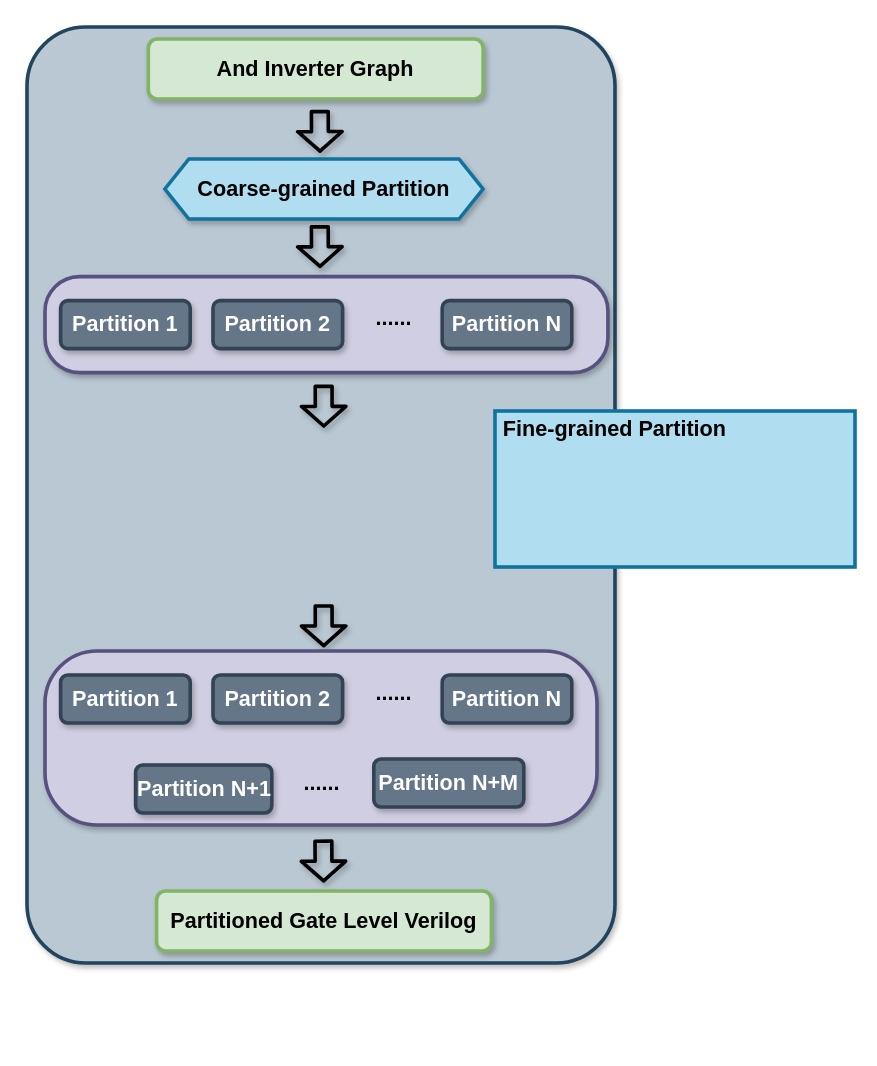
Above: PartitionFlow.drawio in kxzhu0505/LogicSynOpt (draw.io), before the change. Source tidied: cells renumbered, new cells numbered last; positions are measured from the earlier drawing's top-left corner, leaving out a move shared by most shapes. Both pictures are drawn from the tidied source at 120%, with x=0, y=0 at pixel (26, 26).
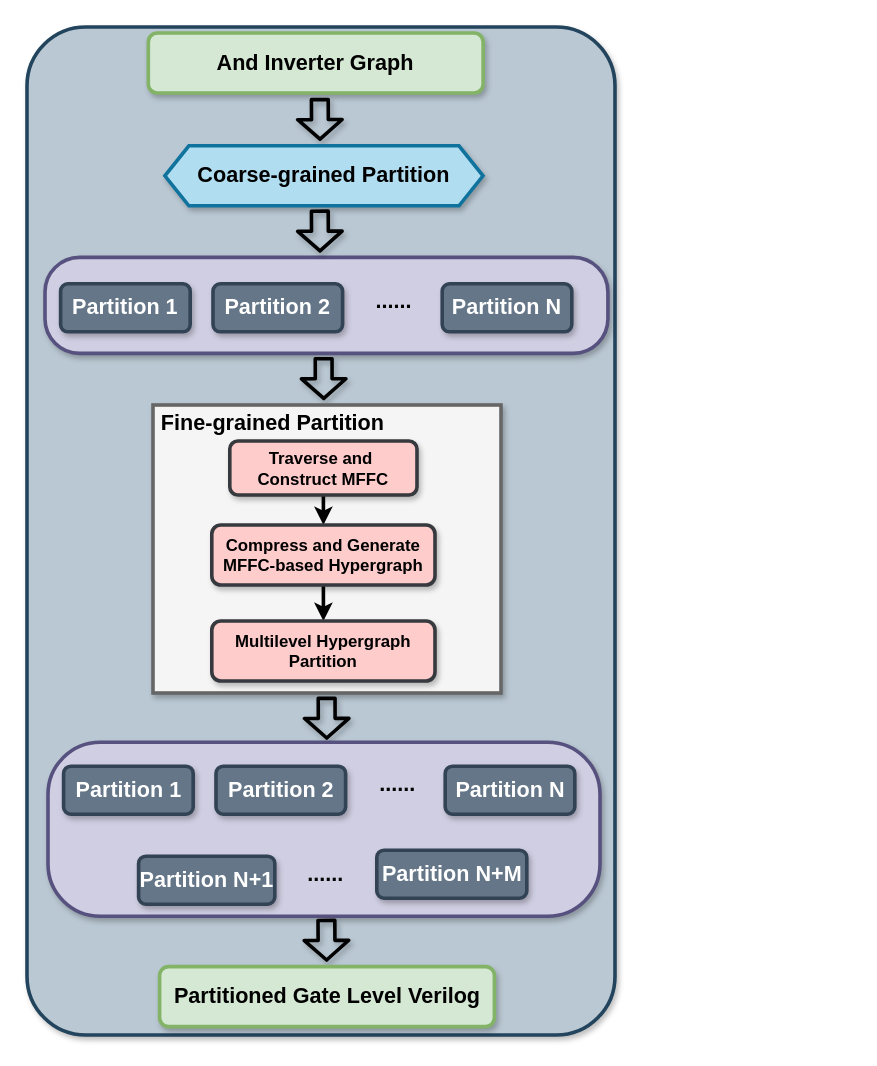
The same diagram, later.

Diff of the diagram source:
```diff
@@
     <mxCell id="2" style="rounded=1;whiteSpace=wrap;html=1;glass=0;shadow=1;strokeWidth=3;fontSize=18;fillColor=#bac8d3;strokeColor=#23445d;arcSize=10;" parent="1" vertex="1">
-      <mxGeometry width="490" height="780" as="geometry" />
+      <mxGeometry width="490" height="840" as="geometry" />
     </mxCell>
@@
     <mxCell id="4" value="&lt;font face=&quot;Helvetica&quot; style=&quot;font-size: 18px;&quot;&gt;&lt;span style=&quot;font-size: 18px;&quot;&gt;And Inverter Graph&lt;/span&gt;&lt;/font&gt;" style="rounded=1;whiteSpace=wrap;html=1;fillColor=#d5e8d4;strokeColor=#82b366;fontStyle=1;fontSize=18;strokeWidth=3;shadow=1;" parent="1" vertex="1">
-      <mxGeometry x="101.1" y="10" width="279" height="50" as="geometry" />
+      <mxGeometry x="101.1" y="5" width="279" height="50" as="geometry" />
     </mxCell>
     <mxCell id="5" style="shape=flexArrow;endArrow=classic;html=1;rounded=1;strokeWidth=3;width=12;endSize=4.445714285714286;shadow=1;fontSize=18;" parent="1" edge="1">
       <mxGeometry relative="1" as="geometry">
-        <mxPoint x="244" y="69" as="sourcePoint" />
-        <mxPoint x="244.2" y="105" as="targetPoint" />
+        <mxPoint x="244" y="59" as="sourcePoint" />
+        <mxPoint x="244.2" y="95" as="targetPoint" />
       </mxGeometry>
     </mxCell>
     <mxCell id="6" style="shape=flexArrow;endArrow=classic;html=1;rounded=1;strokeWidth=3;width=12;endSize=4.445714285714286;shadow=1;fontSize=18;" parent="1" edge="1">
       <mxGeometry relative="1" as="geometry">
-        <mxPoint x="247.2" y="298" as="sourcePoint" />
-        <mxPoint x="247.3" y="334" as="targetPoint" />
+        <mxPoint x="247.2" y="275" as="sourcePoint" />
+        <mxPoint x="247.3" y="311" as="targetPoint" />
       </mxGeometry>
     </mxCell>
     <mxCell id="7" style="shape=flexArrow;endArrow=classic;html=1;rounded=1;strokeWidth=3;width=12;endSize=4.445714285714286;shadow=1;fontSize=18;" parent="1" edge="1">
       <mxGeometry relative="1" as="geometry">
-        <mxPoint x="247.2" y="481" as="sourcePoint" />
-        <mxPoint x="247.3" y="517" as="targetPoint" />
+        <mxPoint x="249.7" y="558" as="sourcePoint" />
+        <mxPoint x="249.8" y="594" as="targetPoint" />
       </mxGeometry>
     </mxCell>
     <mxCell id="8" style="rounded=1;whiteSpace=wrap;html=1;shadow=1;strokeWidth=3;fillColor=#d0cee2;strokeColor=#56517e;fontSize=18;arcSize=36;" parent="1" vertex="1">
-      <mxGeometry x="15" y="208" width="469.1" height="80" as="geometry" />
+      <mxGeometry x="15" y="192" width="469.1" height="80" as="geometry" />
     </mxCell>
     <mxCell id="9" value="&lt;font face=&quot;Helvetica&quot; style=&quot;font-size: 18px;&quot;&gt;Partition 1&lt;/font&gt;" style="rounded=1;whiteSpace=wrap;html=1;fillColor=#647687;strokeColor=#314354;fontStyle=1;fontSize=18;strokeWidth=3;shadow=1;fontColor=#ffffff;" parent="1" vertex="1">
-      <mxGeometry x="28" y="228" width="108" height="40" as="geometry" />
+      <mxGeometry x="28" y="214" width="108" height="40" as="geometry" />
     </mxCell>
     <mxCell id="10" value="&lt;font face=&quot;Helvetica&quot; style=&quot;font-size: 18px;&quot;&gt;......&lt;/font&gt;" style="text;html=1;strokeColor=none;fillColor=none;align=center;verticalAlign=middle;whiteSpace=wrap;rounded=0;fontStyle=1;fontSize=18;strokeWidth=3;" parent="1" vertex="1">
-      <mxGeometry x="276" y="228" width="60" height="30" as="geometry" />
+      <mxGeometry x="276" y="214" width="60" height="30" as="geometry" />
     </mxCell>
     <mxCell id="11" value="&lt;font face=&quot;Helvetica&quot; style=&quot;font-size: 18px;&quot;&gt;Partition N&lt;/font&gt;" style="rounded=1;whiteSpace=wrap;html=1;fillColor=#647687;strokeColor=#314354;fontStyle=1;fontSize=18;strokeWidth=3;shadow=1;fontColor=#ffffff;" parent="1" vertex="1">
-      <mxGeometry x="346" y="228" width="108" height="40" as="geometry" />
+      <mxGeometry x="346" y="214" width="108" height="40" as="geometry" />
     </mxCell>
     <mxCell id="12" value="&lt;font face=&quot;Helvetica&quot; style=&quot;font-size: 18px;&quot;&gt;Partition 2&lt;/font&gt;" style="rounded=1;whiteSpace=wrap;html=1;fillColor=#647687;strokeColor=#314354;fontStyle=1;fontSize=18;strokeWidth=3;shadow=1;fontColor=#ffffff;" parent="1" vertex="1">
-      <mxGeometry x="155" y="228" width="108" height="40" as="geometry" />
+      <mxGeometry x="155" y="214" width="108" height="40" as="geometry" />
     </mxCell>
     <mxCell id="13" style="rounded=1;whiteSpace=wrap;html=1;shadow=1;strokeWidth=3;fillColor=#d0cee2;strokeColor=#56517e;fontSize=18;arcSize=30;" parent="1" vertex="1">
-      <mxGeometry x="15" y="520" width="460" height="145" as="geometry" />
+      <mxGeometry x="17.5" y="596" width="460" height="145" as="geometry" />
     </mxCell>
     <mxCell id="14" value="&lt;font face=&quot;Helvetica&quot; style=&quot;font-size: 18px;&quot;&gt;Partition 1&lt;/font&gt;" style="rounded=1;whiteSpace=wrap;html=1;fillColor=#647687;strokeColor=#314354;fontStyle=1;fontSize=18;strokeWidth=3;shadow=1;fontColor=#ffffff;" parent="1" vertex="1">
-      <mxGeometry x="28" y="540" width="108" height="40" as="geometry" />
+      <mxGeometry x="30.5" y="616" width="108" height="40" as="geometry" />
     </mxCell>
     <mxCell id="15" value="&lt;font face=&quot;Helvetica&quot; style=&quot;font-size: 18px;&quot;&gt;......&lt;/font&gt;" style="text;html=1;strokeColor=none;fillColor=none;align=center;verticalAlign=middle;whiteSpace=wrap;rounded=0;fontStyle=1;fontSize=18;strokeWidth=3;" parent="1" vertex="1">
-      <mxGeometry x="276" y="540" width="60" height="30" as="geometry" />
+      <mxGeometry x="278.5" y="616" width="60" height="30" as="geometry" />
     </mxCell>
     <mxCell id="16" value="&lt;font face=&quot;Helvetica&quot; style=&quot;font-size: 18px;&quot;&gt;Partition N&lt;/font&gt;" style="rounded=1;whiteSpace=wrap;html=1;fillColor=#647687;strokeColor=#314354;fontStyle=1;fontSize=18;strokeWidth=3;shadow=1;fontColor=#ffffff;" parent="1" vertex="1">
-      <mxGeometry x="346" y="540" width="108" height="40" as="geometry" />
+      <mxGeometry x="348.5" y="616" width="108" height="40" as="geometry" />
     </mxCell>
     <mxCell id="17" value="&lt;font face=&quot;Helvetica&quot; style=&quot;font-size: 18px;&quot;&gt;Partition 2&lt;/font&gt;" style="rounded=1;whiteSpace=wrap;html=1;fillColor=#647687;strokeColor=#314354;fontStyle=1;fontSize=18;strokeWidth=3;shadow=1;fontColor=#ffffff;" parent="1" vertex="1">
-      <mxGeometry x="155" y="540" width="108" height="40" as="geometry" />
+      <mxGeometry x="157.5" y="616" width="108" height="40" as="geometry" />
     </mxCell>
     <mxCell id="18" value="&lt;font face=&quot;Helvetica&quot; style=&quot;font-size: 18px;&quot;&gt;Partition N+1&lt;/font&gt;" style="rounded=1;whiteSpace=wrap;html=1;fillColor=#647687;strokeColor=#314354;fontStyle=1;fontSize=18;strokeWidth=3;shadow=1;fontColor=#ffffff;" parent="1" vertex="1">
-      <mxGeometry x="90.5" y="615" width="113.5" height="40" as="geometry" />
+      <mxGeometry x="93" y="691" width="113.5" height="40" as="geometry" />
     </mxCell>
     <mxCell id="19" value="&lt;font face=&quot;Helvetica&quot; style=&quot;font-size: 18px;&quot;&gt;Partition N+M&lt;/font&gt;" style="rounded=1;whiteSpace=wrap;html=1;fillColor=#647687;strokeColor=#314354;fontStyle=1;fontSize=18;strokeWidth=3;shadow=1;fontColor=#ffffff;" parent="1" vertex="1">
-      <mxGeometry x="289" y="610" width="125" height="40" as="geometry" />
+      <mxGeometry x="291.5" y="686" width="125" height="40" as="geometry" />
     </mxCell>
     <mxCell id="20" value="&lt;font face=&quot;Helvetica&quot; style=&quot;font-size: 18px;&quot;&gt;......&lt;/font&gt;" style="text;html=1;strokeColor=none;fillColor=none;align=center;verticalAlign=middle;whiteSpace=wrap;rounded=0;fontStyle=1;fontSize=18;strokeWidth=3;" parent="1" vertex="1">
-      <mxGeometry x="216" y="615" width="60" height="30" as="geometry" />
+      <mxGeometry x="218.5" y="691" width="60" height="30" as="geometry" />
     </mxCell>
     <mxCell id="21" value="&lt;b&gt;Coarse-grained Partition&lt;/b&gt;" style="shape=hexagon;perimeter=hexagonPerimeter2;whiteSpace=wrap;html=1;fixedSize=1;fillColor=#b1ddf0;strokeColor=#10739e;strokeWidth=3;shadow=1;fontSize=18;" parent="1" vertex="1">
-      <mxGeometry x="114.9" y="110" width="265.1" height="50" as="geometry" />
+      <mxGeometry x="114.9" y="99" width="265.1" height="50" as="geometry" />
     </mxCell>
     <mxCell id="22" style="shape=flexArrow;endArrow=classic;html=1;rounded=1;strokeWidth=3;width=12;endSize=4.445714285714286;shadow=1;fontSize=18;" parent="1" edge="1">
       <mxGeometry relative="1" as="geometry">
-        <mxPoint x="244" y="165" as="sourcePoint" />
-        <mxPoint x="244.2" y="201" as="targetPoint" />
+        <mxPoint x="244" y="152" as="sourcePoint" />
+        <mxPoint x="244.2" y="188" as="targetPoint" />
       </mxGeometry>
     </mxCell>
     <mxCell id="23" style="shape=flexArrow;endArrow=classic;html=1;rounded=1;strokeWidth=3;width=12;endSize=4.445714285714286;shadow=1;fontSize=18;" parent="1" edge="1">
       <mxGeometry relative="1" as="geometry">
-        <mxPoint x="247" y="677" as="sourcePoint" />
-        <mxPoint x="247.2" y="713" as="targetPoint" />
+        <mxPoint x="249.5" y="743" as="sourcePoint" />
+        <mxPoint x="249.7" y="779" as="targetPoint" />
       </mxGeometry>
     </mxCell>
     <mxCell id="24" value="&lt;font face=&quot;Helvetica&quot; style=&quot;font-size: 18px;&quot;&gt;&lt;span style=&quot;font-size: 18px;&quot;&gt;Partitioned Gate Level Verilog&lt;/span&gt;&lt;/font&gt;" style="rounded=1;whiteSpace=wrap;html=1;fillColor=#d5e8d4;strokeColor=#82b366;fontStyle=1;fontSize=18;strokeWidth=3;shadow=1;" parent="1" vertex="1">
-      <mxGeometry x="108" y="720" width="279" height="50" as="geometry" />
+      <mxGeometry x="110.5" y="783" width="279" height="50" as="geometry" />
     </mxCell>
-    <mxCell id="25" style="rounded=0;whiteSpace=wrap;html=1;fillColor=#b1ddf0;strokeColor=#10739e;strokeWidth=3;" parent="1" vertex="1">
-      <mxGeometry x="390" y="320" width="300" height="130" as="geometry" />
+    <mxCell id="25" style="rounded=0;whiteSpace=wrap;html=1;strokeWidth=3;shadow=1;fillColor=#f5f5f5;strokeColor=#666666;fontColor=#333333;" parent="1" vertex="1">
+      <mxGeometry x="105" y="315" width="290" height="240" as="geometry" />
     </mxCell>
     <mxCell id="26" value="&lt;span style=&quot;font-size: 18px;&quot;&gt;&lt;b&gt;Fine-grained Partition&lt;/b&gt;&lt;/span&gt;" style="text;html=1;align=center;verticalAlign=middle;whiteSpace=wrap;rounded=0;" parent="1" vertex="1">
-      <mxGeometry x="390" y="320" width="200" height="30" as="geometry" />
+      <mxGeometry x="105" y="315" width="200" height="30" as="geometry" />
     </mxCell>
+    <mxCell id="27" style="edgeStyle=orthogonalEdgeStyle;rounded=0;jettySize=auto;html=1;entryX=0.5;entryY=0;entryDx=0;entryDy=0;strokeWidth=3;" parent="1" edge="1" source="28" target="30">
+      <mxGeometry relative="1" as="geometry" />
+    </mxCell>
+    <mxCell id="28" value="&lt;span style=&quot;font-size: 14px;&quot;&gt;&lt;b&gt;Traverse and&amp;nbsp; Construct MFFC&lt;/b&gt;&lt;/span&gt;" style="rounded=1;whiteSpace=wrap;html=1;fillColor=#ffcccc;strokeColor=#36393d;strokeWidth=3;shadow=1;" parent="1" vertex="1">
+      <mxGeometry x="169" y="345" width="156" height="45" as="geometry" />
+    </mxCell>
+    <mxCell id="29" style="edgeStyle=orthogonalEdgeStyle;rounded=0;jettySize=auto;html=1;entryX=0.5;entryY=0;entryDx=0;entryDy=0;strokeWidth=3;" parent="1" edge="1" source="30" target="31">
+      <mxGeometry relative="1" as="geometry" />
+    </mxCell>
+    <mxCell id="30" value="&lt;span style=&quot;font-size: 14px;&quot;&gt;&lt;b&gt;Compress and Generate MFFC-based Hypergraph&lt;/b&gt;&lt;/span&gt;" style="rounded=1;whiteSpace=wrap;html=1;fillColor=#ffcccc;strokeColor=#36393d;strokeWidth=3;shadow=1;" parent="1" vertex="1">
+      <mxGeometry x="154" y="415" width="186" height="50" as="geometry" />
+    </mxCell>
+    <mxCell id="31" value="&lt;span style=&quot;font-size: 14px;&quot;&gt;&lt;b&gt;Multilevel Hypergraph Partition&lt;/b&gt;&lt;/span&gt;" style="rounded=1;whiteSpace=wrap;html=1;fillColor=#ffcccc;strokeColor=#36393d;strokeWidth=3;shadow=1;" parent="1" vertex="1">
+      <mxGeometry x="154" y="495" width="186" height="50" as="geometry" />
+    </mxCell>
```
